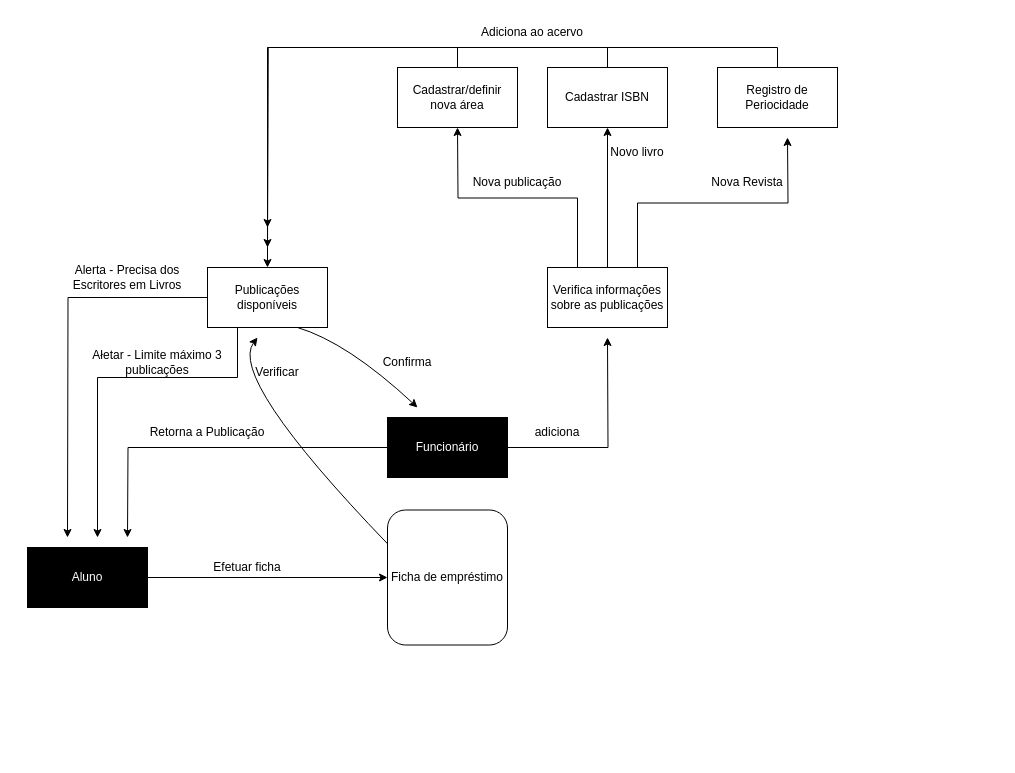
Above: Facul/PDS.drawio in HansRafael/projects (draw.io), before the change. Source tidied: cells renumbered, new cells numbered last; positions are measured from the earlier drawing's top-left corner, leaving out a move shared by most shapes. Both pictures are drawn from the tidied source at 100%, with x=0, y=0 at pixel (27, 17).
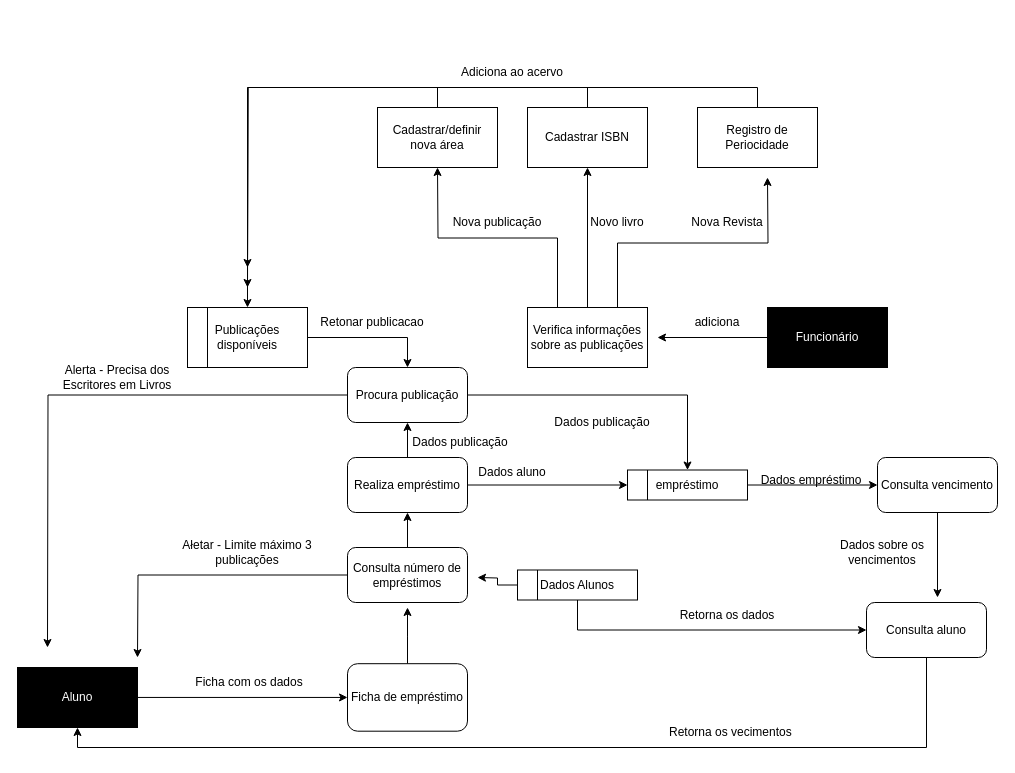
The same diagram, later.

What changed in the source:
```diff
@@
     <mxCell id="3" value="Aluno" style="rounded=0;whiteSpace=wrap;html=1;fillColor=#000000;fontColor=#FFFFFF;" parent="1" vertex="1">
-      <mxGeometry y="530" width="120" height="60" as="geometry" />
+      <mxGeometry x="-10" y="650" width="120" height="60" as="geometry" />
     </mxCell>
+    <mxCell id="34" style="edgeStyle=orthogonalEdgeStyle;rounded=0;jettySize=auto;html=1;" parent="1" edge="1" source="4">
+      <mxGeometry relative="1" as="geometry">
+        <mxPoint x="380" y="590" as="targetPoint" />
+      </mxGeometry>
+    </mxCell>
     <mxCell id="4" value="Ficha de empréstimo" style="rounded=1;whiteSpace=wrap;html=1;" parent="1" vertex="1">
-      <mxGeometry x="360" y="492.5" width="120" height="135" as="geometry" />
+      <mxGeometry x="320" y="646.2" width="120" height="67.5" as="geometry" />
     </mxCell>
-    <mxCell id="5" value="Efetuar ficha" style="text;html=1;strokeColor=none;fillColor=none;align=center;verticalAlign=middle;whiteSpace=wrap;rounded=0;" parent="1" vertex="1">
-      <mxGeometry x="150" y="540" width="140" height="20" as="geometry" />
+    <mxCell id="5" value="Ficha com os dados" style="text;html=1;strokeColor=none;fillColor=none;align=center;verticalAlign=middle;whiteSpace=wrap;rounded=0;" parent="1" vertex="1">
+      <mxGeometry x="152" y="655" width="140" height="20" as="geometry" />
     </mxCell>
-    <mxCell id="6" style="edgeStyle=orthogonalEdgeStyle;rounded=0;jettySize=auto;html=1;exitX=0;exitY=0.5;exitDx=0;exitDy=0;fontColor=#000000;" parent="1" edge="1" source="8">
+    <mxCell id="6" style="edgeStyle=orthogonalEdgeStyle;rounded=0;jettySize=auto;html=1;exitX=0;exitY=0.5;exitDx=0;exitDy=0;fontColor=#000000;" parent="1" edge="1" source="52">
       <mxGeometry relative="1" as="geometry">
-        <mxPoint x="40" y="520" as="targetPoint" />
+        <mxPoint x="20" y="630" as="targetPoint" />
       </mxGeometry>
     </mxCell>
-    <mxCell id="7" style="edgeStyle=orthogonalEdgeStyle;rounded=0;jettySize=auto;html=1;exitX=0.25;exitY=1;exitDx=0;exitDy=0;fontColor=#000000;" parent="1" edge="1" source="8">
-      <mxGeometry relative="1" as="geometry">
-        <mxPoint x="70" y="520" as="targetPoint" />
-        <Array as="points">
-          <mxPoint x="210" y="360" />
-          <mxPoint x="70" y="360" />
-        </Array>
-      </mxGeometry>
-    </mxCell>
+    <mxCell id="35" style="edgeStyle=orthogonalEdgeStyle;rounded=0;jettySize=auto;html=1;entryX=0.5;entryY=0;entryDx=0;entryDy=0;endArrow=classic;endFill=1;" parent="1" edge="1" source="8" target="52">
+      <mxGeometry relative="1" as="geometry" />
+    </mxCell>
     <mxCell id="8" value="Publicações disponíveis" style="rounded=0;whiteSpace=wrap;html=1;fontColor=#000000;fillColor=#FFFFFF;" parent="1" vertex="1">
-      <mxGeometry x="180" y="250" width="120" height="60" as="geometry" />
+      <mxGeometry x="160" y="290" width="120" height="60" as="geometry" />
     </mxCell>
     <mxCell id="9" style="edgeStyle=orthogonalEdgeStyle;rounded=0;jettySize=auto;html=1;" parent="1" edge="1" source="11">
       <mxGeometry relative="1" as="geometry">
-        <mxPoint x="580" y="320" as="targetPoint" />
+        <mxPoint x="630" y="320" as="targetPoint" />
       </mxGeometry>
     </mxCell>
-    <mxCell id="10" style="edgeStyle=orthogonalEdgeStyle;rounded=0;jettySize=auto;html=1;" parent="1" edge="1" source="11">
-      <mxGeometry relative="1" as="geometry">
-        <mxPoint x="100" y="520" as="targetPoint" />
-      </mxGeometry>
-    </mxCell>
     <mxCell id="11" value="Funcionário" style="rounded=0;whiteSpace=wrap;html=1;fillColor=#000000;fontColor=#FFFFFF;" parent="1" vertex="1">
-      <mxGeometry x="360" y="400" width="120" height="60" as="geometry" />
+      <mxGeometry x="740" y="290" width="120" height="60" as="geometry" />
     </mxCell>
     <mxCell id="12" value="Ałetar - Limite máximo 3 publicações" style="text;html=1;strokeColor=none;fillColor=none;align=center;verticalAlign=middle;whiteSpace=wrap;rounded=0;" parent="1" vertex="1">
-      <mxGeometry x="60" y="330" width="140" height="30" as="geometry" />
+      <mxGeometry x="150" y="520" width="140" height="30" as="geometry" />
     </mxCell>
     <mxCell id="13" value="Alerta - Precisa dos Escritores em Livros" style="text;html=1;strokeColor=none;fillColor=none;align=center;verticalAlign=middle;whiteSpace=wrap;rounded=0;" parent="1" vertex="1">
-      <mxGeometry x="30" y="250" width="140" height="20" as="geometry" />
+      <mxGeometry x="20" y="350" width="140" height="20" as="geometry" />
     </mxCell>
-    <mxCell id="14" style="curved=1;endArrow=classic;html=1;rounded=0;fontColor=#000000;exitX=0;exitY=0.25;exitDx=0;exitDy=0;" parent="1" edge="1" source="4">
-      <mxGeometry relative="1" as="geometry">
-        <mxPoint x="230" y="320" as="targetPoint" />
-        <Array as="points">
-          <mxPoint x="200" y="360" />
-        </Array>
-      </mxGeometry>
-    </mxCell>
-    <mxCell id="15" value="Verificar" style="text;html=1;strokeColor=none;fillColor=none;align=center;verticalAlign=middle;whiteSpace=wrap;rounded=0;fontColor=#000000;" parent="1" vertex="1">
-      <mxGeometry x="220" y="340" width="60" height="30" as="geometry" />
-    </mxCell>
-    <mxCell id="16" style="curved=1;endArrow=classic;html=1;rounded=0;fontColor=#000000;exitX=0.75;exitY=1;exitDx=0;exitDy=0;" parent="1" edge="1" source="8">
-      <mxGeometry relative="1" as="geometry">
-        <mxPoint x="390" y="390" as="targetPoint" />
-        <Array as="points">
-          <mxPoint x="320" y="325" />
-        </Array>
-      </mxGeometry>
-    </mxCell>
-    <mxCell id="17" value="Confirma" style="text;html=1;strokeColor=none;fillColor=none;align=center;verticalAlign=middle;whiteSpace=wrap;rounded=0;fontColor=#000000;" parent="1" vertex="1">
-      <mxGeometry x="350" y="330" width="60" height="30" as="geometry" />
-    </mxCell>
-    <mxCell id="18" value="Retorna a Publicação" style="text;html=1;strokeColor=none;fillColor=none;align=center;verticalAlign=middle;whiteSpace=wrap;rounded=0;fontColor=#000000;" parent="1" vertex="1">
-      <mxGeometry x="110" y="400" width="140" height="30" as="geometry" />
-    </mxCell>
     <mxCell id="19" style="edgeStyle=orthogonalEdgeStyle;rounded=0;jettySize=auto;html=1;exitX=0.25;exitY=0;exitDx=0;exitDy=0;" parent="1" edge="1" source="22">
       <mxGeometry relative="1" as="geometry">
-        <mxPoint x="430" y="110" as="targetPoint" />
+        <mxPoint x="410" y="150" as="targetPoint" />
       </mxGeometry>
     </mxCell>
     <mxCell id="20" style="edgeStyle=orthogonalEdgeStyle;rounded=0;jettySize=auto;html=1;exitX=0.5;exitY=0;exitDx=0;exitDy=0;" parent="1" edge="1" source="22">
       <mxGeometry relative="1" as="geometry">
-        <mxPoint x="580" y="110" as="targetPoint" />
+        <mxPoint x="560" y="150" as="targetPoint" />
       </mxGeometry>
     </mxCell>
     <mxCell id="21" style="edgeStyle=orthogonalEdgeStyle;rounded=0;jettySize=auto;html=1;exitX=0.75;exitY=0;exitDx=0;exitDy=0;" parent="1" edge="1" source="22">
       <mxGeometry relative="1" as="geometry">
-        <mxPoint x="760" y="120" as="targetPoint" />
+        <mxPoint x="740" y="160" as="targetPoint" />
       </mxGeometry>
     </mxCell>
     <mxCell id="22" value="Verifica informações sobre as publicações" style="rounded=0;whiteSpace=wrap;html=1;fontColor=#000000;fillColor=#FFFFFF;" parent="1" vertex="1">
-      <mxGeometry x="520" y="250" width="120" height="60" as="geometry" />
+      <mxGeometry x="500" y="290" width="120" height="60" as="geometry" />
     </mxCell>
     <mxCell id="23" value="adiciona" style="text;html=1;strokeColor=none;fillColor=none;align=center;verticalAlign=middle;whiteSpace=wrap;rounded=0;" parent="1" vertex="1">
-      <mxGeometry x="500" y="400" width="60" height="30" as="geometry" />
+      <mxGeometry x="660" y="290" width="60" height="30" as="geometry" />
     </mxCell>
@@
     <mxCell id="25" value="Cadastrar/definir nova área" style="rounded=0;whiteSpace=wrap;html=1;fontColor=#000000;fillColor=#FFFFFF;" parent="1" vertex="1">
-      <mxGeometry x="370" y="50" width="120" height="60" as="geometry" />
+      <mxGeometry x="350" y="90" width="120" height="60" as="geometry" />
     </mxCell>
     <mxCell id="26" value="Nova publicação" style="text;html=1;strokeColor=none;fillColor=none;align=center;verticalAlign=middle;whiteSpace=wrap;rounded=0;" parent="1" vertex="1">
-      <mxGeometry x="430" y="150" width="120" height="30" as="geometry" />
+      <mxGeometry x="410" y="190" width="120" height="30" as="geometry" />
     </mxCell>
     <mxCell id="27" value="Novo livro" style="text;html=1;strokeColor=none;fillColor=none;align=center;verticalAlign=middle;whiteSpace=wrap;rounded=0;" parent="1" vertex="1">
-      <mxGeometry x="550" y="120" width="120" height="30" as="geometry" />
+      <mxGeometry x="530" y="190" width="120" height="30" as="geometry" />
     </mxCell>
     <mxCell id="28" value="Nova Revista" style="text;html=1;strokeColor=none;fillColor=none;align=center;verticalAlign=middle;whiteSpace=wrap;rounded=0;" parent="1" vertex="1">
-      <mxGeometry x="670" y="150" width="100" height="30" as="geometry" />
+      <mxGeometry x="650" y="190" width="100" height="30" as="geometry" />
     </mxCell>
     <mxCell id="29" style="edgeStyle=orthogonalEdgeStyle;rounded=0;jettySize=auto;html=1;exitX=0.5;exitY=0;exitDx=0;exitDy=0;" parent="1" edge="1" source="30">
       <mxGeometry relative="1" as="geometry">
-        <mxPoint x="240" y="230" as="targetPoint" />
+        <mxPoint x="220" y="270" as="targetPoint" />
       </mxGeometry>
     </mxCell>
     <mxCell id="30" value="Cadastrar ISBN" style="rounded=0;whiteSpace=wrap;html=1;fontColor=#000000;fillColor=#FFFFFF;" parent="1" vertex="1">
-      <mxGeometry x="520" y="50" width="120" height="60" as="geometry" />
+      <mxGeometry x="500" y="90" width="120" height="60" as="geometry" />
     </mxCell>
     <mxCell id="31" style="edgeStyle=orthogonalEdgeStyle;rounded=0;jettySize=auto;html=1;exitX=0.5;exitY=0;exitDx=0;exitDy=0;" parent="1" edge="1" source="32">
       <mxGeometry relative="1" as="geometry">
-        <mxPoint x="240" y="210" as="targetPoint" />
+        <mxPoint x="220" y="250" as="targetPoint" />
       </mxGeometry>
     </mxCell>
     <mxCell id="32" value="Registro de Periocidade" style="rounded=0;whiteSpace=wrap;html=1;fontColor=#000000;fillColor=#FFFFFF;" parent="1" vertex="1">
-      <mxGeometry x="690" y="50" width="120" height="60" as="geometry" />
+      <mxGeometry x="670" y="90" width="120" height="60" as="geometry" />
     </mxCell>
     <mxCell id="33" value="Adiciona ao acervo" style="text;html=1;strokeColor=none;fillColor=none;align=center;verticalAlign=middle;whiteSpace=wrap;rounded=0;" parent="1" vertex="1">
-      <mxGeometry x="420" width="170" height="30" as="geometry" />
+      <mxGeometry x="400" y="40" width="170" height="30" as="geometry" />
     </mxCell>
+    <mxCell id="36" style="endArrow=none;html=1;rounded=0;" parent="1" edge="1">
+      <mxGeometry relative="1" as="geometry">
+        <mxPoint x="180" y="350" as="sourcePoint" />
+        <mxPoint x="180" y="290" as="targetPoint" />
+      </mxGeometry>
+    </mxCell>
+    <mxCell id="37" style="edgeStyle=orthogonalEdgeStyle;rounded=0;jettySize=auto;html=1;" parent="1" edge="1" source="39">
+      <mxGeometry relative="1" as="geometry">
+        <mxPoint x="110" y="640" as="targetPoint" />
+      </mxGeometry>
+    </mxCell>
+    <mxCell id="38" style="edgeStyle=orthogonalEdgeStyle;rounded=0;jettySize=auto;html=1;" parent="1" edge="1" source="39" target="46">
+      <mxGeometry relative="1" as="geometry" />
+    </mxCell>
+    <mxCell id="39" value="Consulta número de empréstimos" style="rounded=1;whiteSpace=wrap;html=1;" parent="1" vertex="1">
+      <mxGeometry x="320" y="530" width="120" height="55" as="geometry" />
+    </mxCell>
+    <mxCell id="40" style="edgeStyle=orthogonalEdgeStyle;rounded=0;jettySize=auto;html=1;" parent="1" edge="1" source="42">
+      <mxGeometry relative="1" as="geometry">
+        <mxPoint x="450" y="560" as="targetPoint" />
+      </mxGeometry>
+    </mxCell>
+    <mxCell id="41" style="edgeStyle=orthogonalEdgeStyle;rounded=0;jettySize=auto;html=1;entryX=0;entryY=0.5;entryDx=0;entryDy=0;endArrow=classic;endFill=1;" parent="1" edge="1" source="42" target="60">
+      <mxGeometry relative="1" as="geometry">
+        <Array as="points">
+          <mxPoint x="550" y="612" />
+        </Array>
+      </mxGeometry>
+    </mxCell>
+    <mxCell id="42" value="Dados Alunos" style="rounded=0;whiteSpace=wrap;html=1;fontColor=#000000;fillColor=#FFFFFF;" parent="1" vertex="1">
+      <mxGeometry x="490" y="552.5" width="120" height="30" as="geometry" />
+    </mxCell>
+    <mxCell id="43" style="endArrow=none;html=1;rounded=0;" parent="1" edge="1">
+      <mxGeometry relative="1" as="geometry">
+        <mxPoint x="510" y="582.5" as="sourcePoint" />
+        <mxPoint x="510" y="552.5" as="targetPoint" />
+      </mxGeometry>
+    </mxCell>
+    <mxCell id="44" style="edgeStyle=orthogonalEdgeStyle;rounded=0;jettySize=auto;html=1;" parent="1" edge="1" source="46" target="48">
+      <mxGeometry relative="1" as="geometry" />
+    </mxCell>
+    <mxCell id="45" style="edgeStyle=orthogonalEdgeStyle;rounded=0;jettySize=auto;html=1;" parent="1" edge="1" source="46" target="52">
+      <mxGeometry relative="1" as="geometry" />
+    </mxCell>
+    <mxCell id="46" value="Realiza empréstimo" style="rounded=1;whiteSpace=wrap;html=1;" parent="1" vertex="1">
+      <mxGeometry x="320" y="440" width="120" height="55" as="geometry" />
+    </mxCell>
+    <mxCell id="47" style="edgeStyle=orthogonalEdgeStyle;rounded=0;jettySize=auto;html=1;endArrow=classic;endFill=1;entryX=0;entryY=0.5;entryDx=0;entryDy=0;" parent="1" edge="1" source="48" target="58">
+      <mxGeometry relative="1" as="geometry" />
+    </mxCell>
+    <mxCell id="48" value="empréstimo" style="rounded=0;whiteSpace=wrap;html=1;fontColor=#000000;fillColor=#FFFFFF;" parent="1" vertex="1">
+      <mxGeometry x="600" y="452.5" width="120" height="30" as="geometry" />
+    </mxCell>
+    <mxCell id="49" style="endArrow=none;html=1;rounded=0;" parent="1" edge="1">
+      <mxGeometry relative="1" as="geometry">
+        <mxPoint x="620" y="482.5" as="sourcePoint" />
+        <mxPoint x="620" y="452.5" as="targetPoint" />
+      </mxGeometry>
+    </mxCell>
+    <mxCell id="50" value="Dados aluno" style="text;html=1;strokeColor=none;fillColor=none;align=center;verticalAlign=middle;whiteSpace=wrap;rounded=0;" parent="1" vertex="1">
+      <mxGeometry x="430" y="440" width="110" height="30" as="geometry" />
+    </mxCell>
+    <mxCell id="51" style="edgeStyle=orthogonalEdgeStyle;rounded=0;jettySize=auto;html=1;exitX=1;exitY=0.5;exitDx=0;exitDy=0;endArrow=classic;endFill=1;" parent="1" edge="1" source="52" target="48">
+      <mxGeometry relative="1" as="geometry" />
+    </mxCell>
+    <mxCell id="52" value="Procura publicação" style="rounded=1;whiteSpace=wrap;html=1;" parent="1" vertex="1">
+      <mxGeometry x="320" y="350" width="120" height="55" as="geometry" />
+    </mxCell>
+    <mxCell id="53" value="Dados publicação" style="text;html=1;strokeColor=none;fillColor=none;align=center;verticalAlign=middle;whiteSpace=wrap;rounded=0;" parent="1" vertex="1">
+      <mxGeometry x="378" y="410" width="110" height="30" as="geometry" />
+    </mxCell>
+    <mxCell id="54" value="Retonar publicacao" style="text;html=1;strokeColor=none;fillColor=none;align=center;verticalAlign=middle;whiteSpace=wrap;rounded=0;" parent="1" vertex="1">
+      <mxGeometry x="290" y="290" width="110" height="30" as="geometry" />
+    </mxCell>
+    <mxCell id="55" value="Dados publicação" style="text;html=1;strokeColor=none;fillColor=none;align=center;verticalAlign=middle;whiteSpace=wrap;rounded=0;" parent="1" vertex="1">
+      <mxGeometry x="520" y="390" width="110" height="30" as="geometry" />
+    </mxCell>
+    <mxCell id="56" value="Dados empréstimo" style="text;html=1;strokeColor=none;fillColor=none;align=center;verticalAlign=middle;whiteSpace=wrap;rounded=0;" parent="1" vertex="1">
+      <mxGeometry x="729" y="447.5" width="110" height="30" as="geometry" />
+    </mxCell>
+    <mxCell id="57" style="edgeStyle=orthogonalEdgeStyle;rounded=0;jettySize=auto;html=1;endArrow=classic;endFill=1;" parent="1" edge="1" source="58">
+      <mxGeometry relative="1" as="geometry">
+        <mxPoint x="910" y="580" as="targetPoint" />
+      </mxGeometry>
+    </mxCell>
+    <mxCell id="58" value="Consulta vencimento" style="rounded=1;whiteSpace=wrap;html=1;" parent="1" vertex="1">
+      <mxGeometry x="850" y="440" width="120" height="55" as="geometry" />
+    </mxCell>
+    <mxCell id="59" style="edgeStyle=orthogonalEdgeStyle;rounded=0;jettySize=auto;html=1;entryX=0.5;entryY=1;entryDx=0;entryDy=0;endArrow=classic;endFill=1;" parent="1" edge="1" source="60" target="3">
+      <mxGeometry relative="1" as="geometry">
+        <Array as="points">
+          <mxPoint x="899" y="730" />
+          <mxPoint x="50" y="730" />
+        </Array>
+      </mxGeometry>
+    </mxCell>
+    <mxCell id="60" value="Consulta aluno" style="rounded=1;whiteSpace=wrap;html=1;" parent="1" vertex="1">
+      <mxGeometry x="839" y="585" width="120" height="55" as="geometry" />
+    </mxCell>
+    <mxCell id="61" value="Retorna os dados" style="text;html=1;strokeColor=none;fillColor=none;align=center;verticalAlign=middle;whiteSpace=wrap;rounded=0;" parent="1" vertex="1">
+      <mxGeometry x="640" y="582.5" width="120" height="30" as="geometry" />
+    </mxCell>
+    <mxCell id="62" value="Retorna os vecimentos&amp;nbsp;" style="text;html=1;strokeColor=none;fillColor=none;align=center;verticalAlign=middle;whiteSpace=wrap;rounded=0;" parent="1" vertex="1">
+      <mxGeometry x="610" y="700" width="190" height="30" as="geometry" />
+    </mxCell>
+    <mxCell id="63" value="Dados sobre os vencimentos" style="text;html=1;strokeColor=none;fillColor=none;align=center;verticalAlign=middle;whiteSpace=wrap;rounded=0;" parent="1" vertex="1">
+      <mxGeometry x="800" y="520" width="110" height="30" as="geometry" />
+    </mxCell>
```
